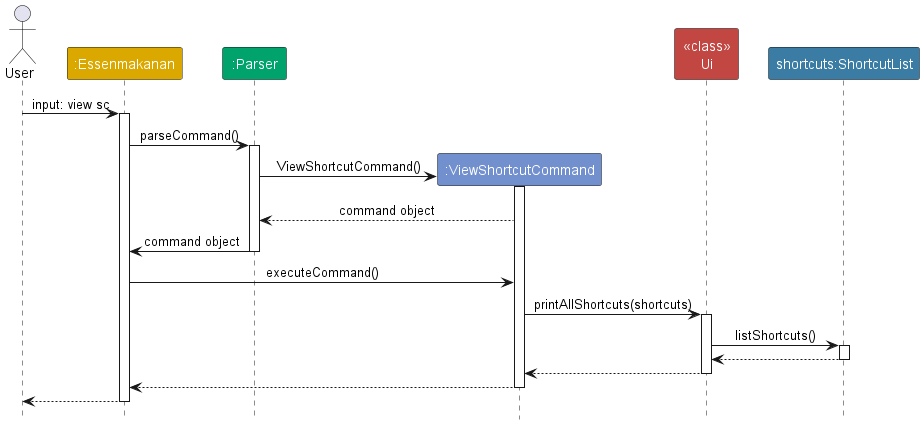
nus-cs2113-AY2324S1/tp keeps this PlantUML diagram as docs/images/VIewAllShortcutSequenceDiagram.png. Above is the earlier version. Source of this version:
```plantuml
@startuml
!include style.puml
skinparam ArrowFontStyle plain

actor User
participant ":Essenmakanan" as EssenMakanan MAIN_COLOR
participant ":Parser" as Parser PARSER_COLOR
participant ":ViewShortcutCommand" as ViewShortcutCommand COMMAND_COLOR
participant "<<class>>\nUi" as Ui INTERFACE_COLOR
participant "shortcuts:ShortcutList" as Shortcuts SHORTCUT_LIST_COLOR

User -> EssenMakanan : input: view sc
activate EssenMakanan

EssenMakanan -> Parser : parseCommand()
activate Parser

create ViewShortcutCommand
Parser -> ViewShortcutCommand: ViewShortcutCommand()
activate ViewShortcutCommand

ViewShortcutCommand --> Parser : command object

Parser -> EssenMakanan: command object
deactivate Parser

EssenMakanan -> ViewShortcutCommand: executeCommand()

ViewShortcutCommand -> Ui: printAllShortcuts(shortcuts)
activate Ui

Ui -> Shortcuts: listShortcuts()
activate Shortcuts

Shortcuts --> Ui
deactivate Shortcuts

Ui --> ViewShortcutCommand

deactivate Ui

ViewShortcutCommand --> EssenMakanan
deactivate ViewShortcutCommand

EssenMakanan --> User
deactivate EssenMakanan
@enduml
```
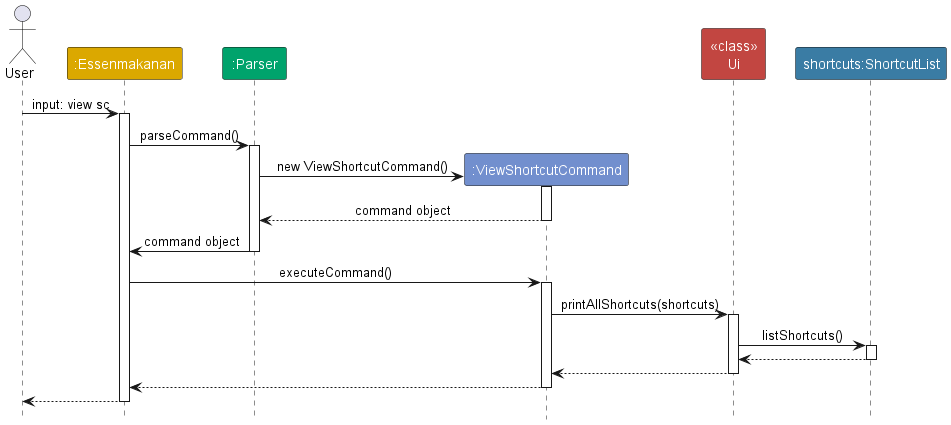
After the change.

Change to the diagram source:
```diff
@@ -16,15 +16,17 @@
 activate Parser
 
 create ViewShortcutCommand
-Parser -> ViewShortcutCommand: ViewShortcutCommand()
+Parser -> ViewShortcutCommand: new ViewShortcutCommand()
 activate ViewShortcutCommand
 
 ViewShortcutCommand --> Parser : command object
+deactivate ViewShortcutCommand
 
 Parser -> EssenMakanan: command object
 deactivate Parser
 
 EssenMakanan -> ViewShortcutCommand: executeCommand()
+activate ViewShortcutCommand
 
 ViewShortcutCommand -> Ui: printAllShortcuts(shortcuts)
 activate Ui
@@ -36,7 +38,6 @@
 deactivate Shortcuts
 
 Ui --> ViewShortcutCommand
-
 deactivate Ui
 
 ViewShortcutCommand --> EssenMakanan
```
